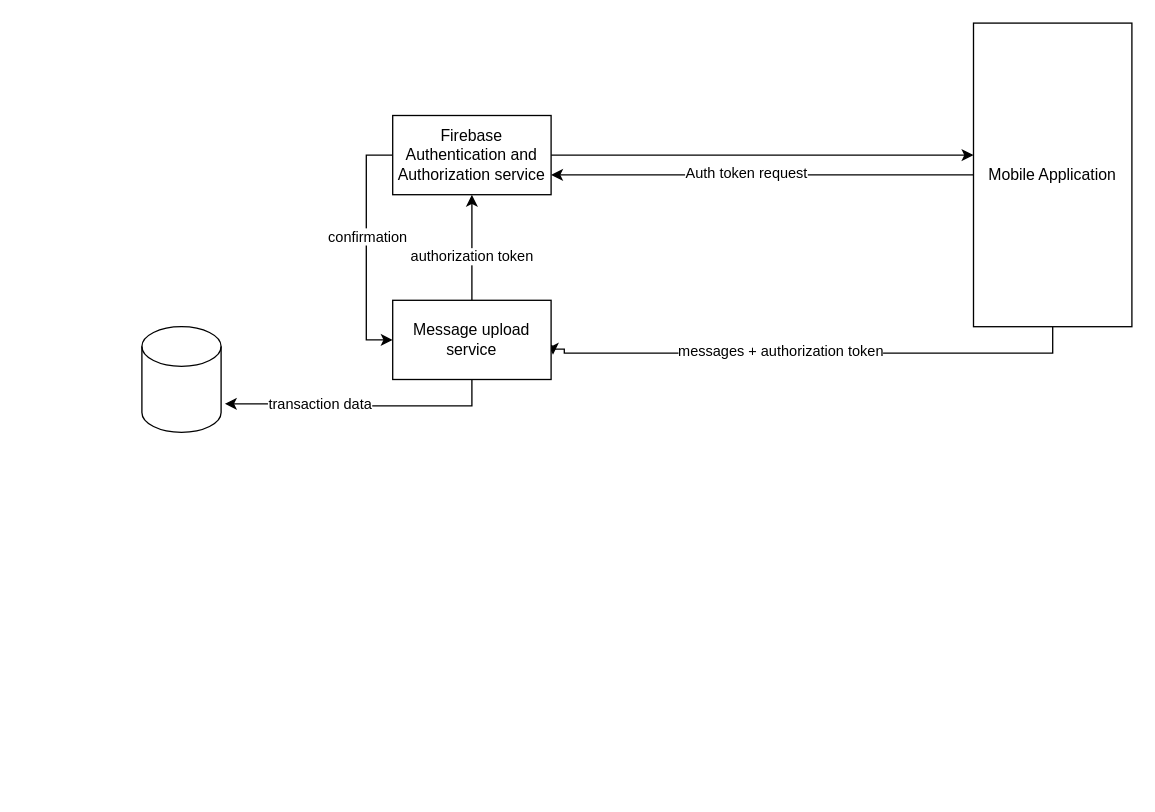
This is dfd.drawio from ngareleo/mapesa-presentation, a draw.io file, before an edit. Source tidied: cells renumbered, new cells numbered last; positions are measured from the earlier drawing's top-left corner, leaving out a move shared by most shapes. Both pictures are drawn from the tidied source at 132%, with x=0, y=0 at pixel (141, 22).
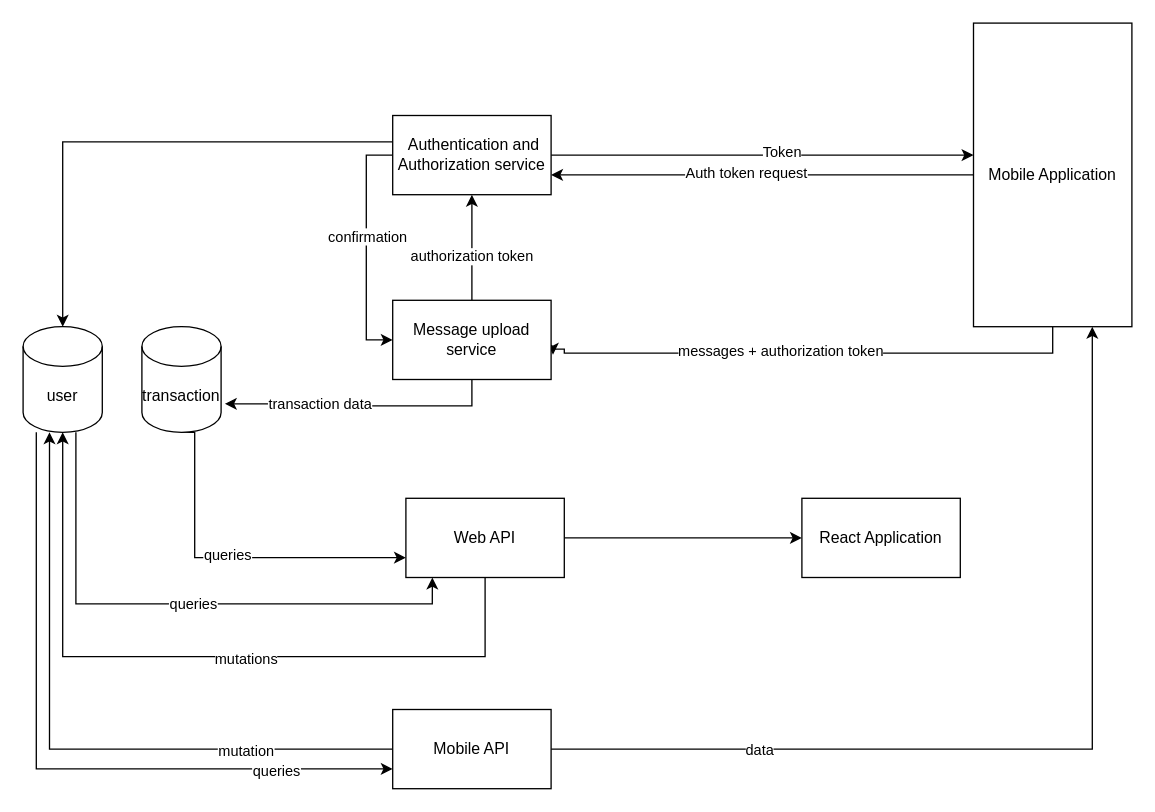
The same diagram, later.

The change refers to these unchanged cells:
```xml
<mxCell id="6" value="Mobile Application" style="rounded=0;whiteSpace=wrap;html=1;" parent="1" vertex="1">
  <mxGeometry x="630" width="120" height="230" as="geometry" />
</mxCell>
<mxCell id="7" style="edgeStyle=orthogonalEdgeStyle;rounded=0;jettySize=auto;html=1;" parent="1" edge="1" source="10">
  <mxGeometry relative="1" as="geometry">
    <mxPoint x="630" y="100" as="targetPoint" />
  </mxGeometry>
</mxCell>
```

Change to the diagram source:
```diff
@@
+    <mxCell id="17" value="Token" style="edgeLabel;html=1;align=center;verticalAlign=middle;" parent="7" vertex="1">
+      <mxGeometry x="0.09" y="3" relative="1" as="geometry" />
+    </mxCell>
@@
+    <mxCell id="18" style="edgeStyle=orthogonalEdgeStyle;rounded=0;jettySize=auto;html=1;entryX=0.5;entryY=0;entryDx=0;entryDy=0;entryPerimeter=0;" parent="1" edge="1" source="10" target="29">
+      <mxGeometry relative="1" as="geometry">
+        <Array as="points">
+          <mxPoint x="-60" y="90" />
+        </Array>
+      </mxGeometry>
+    </mxCell>
-    <mxCell id="10" value="Firebase Authentication and Authorization service" style="rounded=0;whiteSpace=wrap;html=1;" parent="1" vertex="1">
+    <mxCell id="10" value="&amp;nbsp;Authentication and Authorization service" style="rounded=0;whiteSpace=wrap;html=1;" parent="1" vertex="1">
       <mxGeometry x="190" y="70" width="120" height="60" as="geometry" />
     </mxCell>
@@
+    <mxCell id="19" style="edgeStyle=orthogonalEdgeStyle;rounded=0;jettySize=auto;html=1;entryX=0;entryY=0.75;entryDx=0;entryDy=0;exitX=0.5;exitY=1;exitDx=0;exitDy=0;exitPerimeter=0;" parent="1" edge="1" source="16" target="24">
+      <mxGeometry relative="1" as="geometry">
+        <Array as="points">
+          <mxPoint x="40" y="310" />
+          <mxPoint x="40" y="405" />
+        </Array>
+      </mxGeometry>
+    </mxCell>
+    <mxCell id="20" value="queries" style="edgeLabel;html=1;align=center;verticalAlign=middle;" parent="19" vertex="1">
+      <mxGeometry x="-0.03" y="3" relative="1" as="geometry" />
+    </mxCell>
-    <mxCell id="16" style="shape=cylinder3;whiteSpace=wrap;html=1;boundedLbl=1;backgroundOutline=1;size=15;" parent="1" vertex="1">
+    <mxCell id="16" value="transaction" style="shape=cylinder3;whiteSpace=wrap;html=1;boundedLbl=1;backgroundOutline=1;size=15;" parent="1" vertex="1">
       <mxGeometry y="230" width="60" height="80" as="geometry" />
     </mxCell>
+    <mxCell id="21" style="edgeStyle=orthogonalEdgeStyle;rounded=0;jettySize=auto;html=1;" parent="1" edge="1" source="24" target="29">
+      <mxGeometry relative="1" as="geometry">
+        <Array as="points">
+          <mxPoint x="260" y="480" />
+          <mxPoint x="-60" y="480" />
+        </Array>
+      </mxGeometry>
+    </mxCell>
+    <mxCell id="22" value="mutations" style="edgeLabel;html=1;align=center;verticalAlign=middle;" parent="21" vertex="1">
+      <mxGeometry x="-0.12" y="1" relative="1" as="geometry" />
+    </mxCell>
+    <mxCell id="23" style="edgeStyle=orthogonalEdgeStyle;rounded=0;jettySize=auto;html=1;entryX=0;entryY=0.5;entryDx=0;entryDy=0;" parent="1" edge="1" source="24" target="35">
+      <mxGeometry relative="1" as="geometry" />
+    </mxCell>
+    <mxCell id="24" value="Web API" style="rounded=0;whiteSpace=wrap;html=1;" parent="1" vertex="1">
+      <mxGeometry x="200" y="360" width="120" height="60" as="geometry" />
+    </mxCell>
+    <mxCell id="25" style="edgeStyle=orthogonalEdgeStyle;rounded=0;jettySize=auto;html=1;entryX=0.167;entryY=1;entryDx=0;entryDy=0;entryPerimeter=0;" parent="1" edge="1" source="29" target="24">
+      <mxGeometry relative="1" as="geometry">
+        <Array as="points">
+          <mxPoint x="-50" y="440" />
+          <mxPoint x="220" y="440" />
+        </Array>
+      </mxGeometry>
+    </mxCell>
+    <mxCell id="26" value="queries" style="edgeLabel;html=1;align=center;verticalAlign=middle;" parent="25" vertex="1">
+      <mxGeometry x="0.04" y="1" relative="1" as="geometry" />
+    </mxCell>
+    <mxCell id="27" style="edgeStyle=orthogonalEdgeStyle;rounded=0;jettySize=auto;html=1;entryX=0;entryY=0.75;entryDx=0;entryDy=0;" parent="1" edge="1" source="29" target="34">
+      <mxGeometry relative="1" as="geometry">
+        <Array as="points">
+          <mxPoint x="-80" y="565" />
+        </Array>
+      </mxGeometry>
+    </mxCell>
+    <mxCell id="28" value="queries" style="edgeLabel;html=1;align=center;verticalAlign=middle;" parent="27" vertex="1">
+      <mxGeometry x="0.66" y="-1" relative="1" as="geometry" />
+    </mxCell>
+    <mxCell id="29" value="user" style="shape=cylinder3;whiteSpace=wrap;html=1;boundedLbl=1;backgroundOutline=1;size=15;" parent="1" vertex="1">
+      <mxGeometry x="-90" y="230" width="60" height="80" as="geometry" />
+    </mxCell>
+    <mxCell id="30" style="edgeStyle=orthogonalEdgeStyle;rounded=0;jettySize=auto;html=1;entryX=0.75;entryY=1;entryDx=0;entryDy=0;" parent="1" edge="1" source="34" target="6">
+      <mxGeometry relative="1" as="geometry" />
+    </mxCell>
+    <mxCell id="31" value="data" style="edgeLabel;html=1;align=center;verticalAlign=middle;" parent="30" vertex="1">
+      <mxGeometry x="-0.57" relative="1" as="geometry" />
+    </mxCell>
+    <mxCell id="32" style="edgeStyle=orthogonalEdgeStyle;rounded=0;jettySize=auto;html=1;" parent="1" edge="1" source="34" target="29">
+      <mxGeometry relative="1" as="geometry">
+        <Array as="points">
+          <mxPoint x="-70" y="550" />
+        </Array>
+      </mxGeometry>
+    </mxCell>
+    <mxCell id="33" value="mutation" style="edgeLabel;html=1;align=center;verticalAlign=middle;" parent="32" vertex="1">
+      <mxGeometry x="-0.55" y="1" relative="1" as="geometry" />
+    </mxCell>
+    <mxCell id="34" value="Mobile API" style="rounded=0;whiteSpace=wrap;html=1;" parent="1" vertex="1">
+      <mxGeometry x="190" y="520" width="120" height="60" as="geometry" />
+    </mxCell>
+    <mxCell id="35" value="React Application" style="rounded=0;whiteSpace=wrap;html=1;" parent="1" vertex="1">
+      <mxGeometry x="500" y="360" width="120" height="60" as="geometry" />
+    </mxCell>
```
